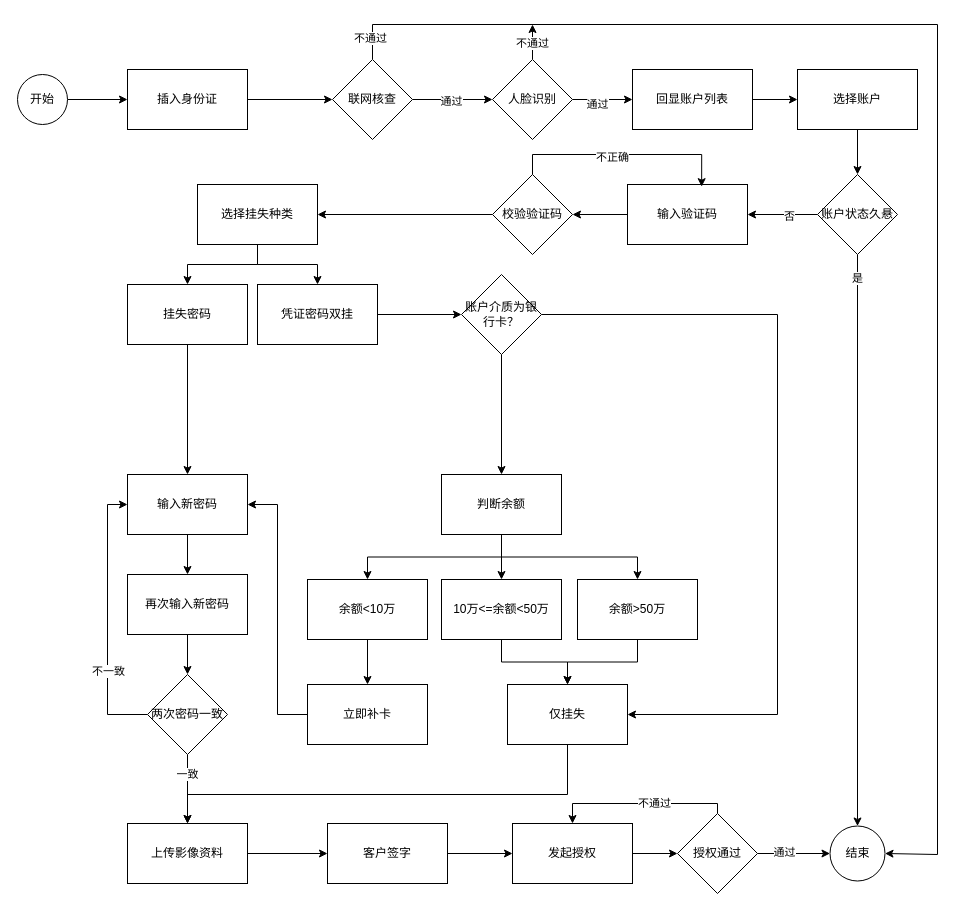
dadadahei/UML keeps this draw.io diagram as flat/移动展业久悬销户.drawio. Above is the earlier version. Source tidied: cells renumbered, new cells numbered last; positions are measured from the earlier drawing's top-left corner, leaving out a move shared by most shapes. Both pictures are drawn from the tidied source at 100%, with x=0, y=0 at pixel (17, 24).
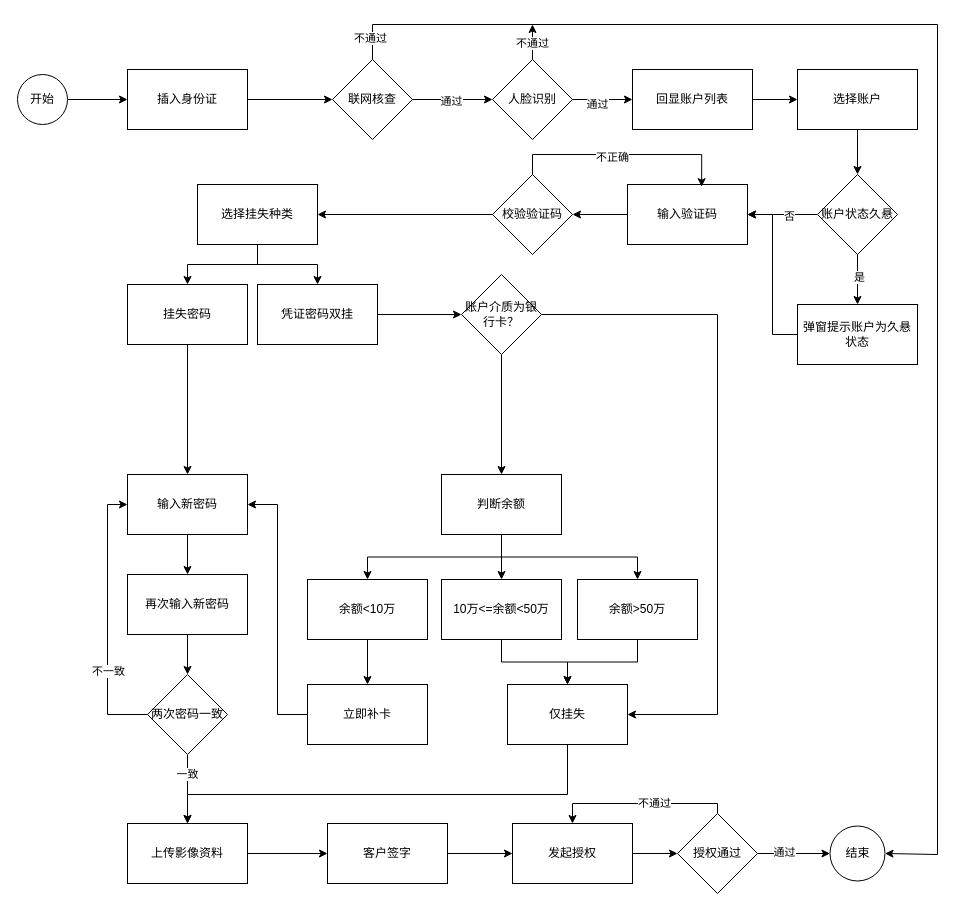
The same diagram, later.

Commit message:
移动展业挂失补卡-改造流程.drawio

The change refers to these unchanged cells:
```xml
<mxCell id="18" value="结束" style="ellipse;whiteSpace=wrap;html=1;" parent="1" vertex="1">
  <mxGeometry x="812.5" y="801.5" width="55" height="55" as="geometry" />
</mxCell>
<mxCell id="20" value="输入验证码" style="whiteSpace=wrap;html=1;" parent="1" vertex="1">
  <mxGeometry x="610" y="160" width="120" height="60" as="geometry" />
</mxCell>
<mxCell id="63" value="仅挂失" style="whiteSpace=wrap;html=1;" parent="1" vertex="1">
  <mxGeometry x="490" y="660" width="120" height="60" as="geometry" />
</mxCell>
<mxCell id="70" value="账户状态久悬" style="rhombus;whiteSpace=wrap;html=1;" parent="1" vertex="1">
  <mxGeometry x="800" y="150" width="80" height="80" as="geometry" />
</mxCell>
<mxCell id="75" value="账户介质为银行卡？" style="rhombus;whiteSpace=wrap;html=1;" parent="1" vertex="1">
  <mxGeometry x="444" y="250" width="80" height="80" as="geometry" />
</mxCell>
```

Diff of the diagram source:
```diff
@@
-    <mxCell id="68" style="edgeStyle=orthogonalEdgeStyle;rounded=0;jettySize=auto;html=1;" parent="1" edge="1" source="70" target="18">
-      <mxGeometry relative="1" as="geometry" />
-    </mxCell>
+    <mxCell id="76" style="edgeStyle=orthogonalEdgeStyle;rounded=0;jettySize=auto;html=1;" parent="1" edge="1" source="70" target="78">
+      <mxGeometry relative="1" as="geometry" />
+    </mxCell>
-    <mxCell id="69" value="是" style="edgeLabel;html=1;align=center;verticalAlign=middle;" parent="68" vertex="1">
-      <mxGeometry x="-0.92" y="-1" relative="1" as="geometry" />
+    <mxCell id="69" value="是" style="edgeLabel;html=1;align=center;verticalAlign=middle;" parent="76" vertex="1">
+      <mxGeometry x="-0.14" y="1" relative="1" as="geometry" />
     </mxCell>
@@
     <mxCell id="74" style="edgeStyle=orthogonalEdgeStyle;rounded=0;jettySize=auto;html=1;entryX=1;entryY=0.5;entryDx=0;entryDy=0;" parent="1" edge="1" source="75" target="63">
       <mxGeometry relative="1" as="geometry">
         <Array as="points">
-          <mxPoint x="760" y="290" />
-          <mxPoint x="760" y="690" />
+          <mxPoint x="700" y="290" />
+          <mxPoint x="700" y="690" />
         </Array>
       </mxGeometry>
     </mxCell>
@@
+    <mxCell id="77" style="edgeStyle=orthogonalEdgeStyle;rounded=0;jettySize=auto;html=1;entryX=1;entryY=0.5;entryDx=0;entryDy=0;" parent="1" edge="1" source="78" target="20">
+      <mxGeometry relative="1" as="geometry" />
+    </mxCell>
+    <mxCell id="78" value="弹窗提示账户为久悬状态" style="whiteSpace=wrap;html=1;" parent="1" vertex="1">
+      <mxGeometry x="780" y="280" width="120" height="60" as="geometry" />
+    </mxCell>
```
